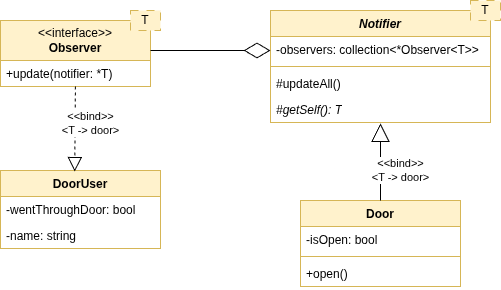
Before: 02-Observer/UML/uml.png, a diagram exported from draw.io (MrCabbageStick/Design-Patterns-Challange). Source tidied: cells renumbered, new cells last; positions are measured from the earlier drawing's top-left corner, leaving out a move shared by most shapes. Source of this version:
```xml
<mxGraphModel>
  <root>
    <mxCell id="0" />
    <mxCell id="1" parent="0" />
    <mxCell id="2" style="group;" parent="1" vertex="1">
      <mxGeometry x="270" width="230" height="122" as="geometry" />
    </mxCell>
    <mxCell id="3" value="&lt;i style=&quot;&quot;&gt;Notifier&lt;/i&gt;" style="swimlane;fontStyle=1;align=center;verticalAlign=top;horizontal=1;startSize=26;whiteSpace=wrap;html=1;fillColor=#fff2cc;strokeColor=#d6b656;" parent="2" vertex="1">
      <mxGeometry y="10" width="220" height="112" as="geometry" />
    </mxCell>
    <mxCell id="4" value="-observers: collection&amp;lt;*Observer&amp;lt;T&amp;gt;&amp;gt;" style="text;strokeColor=none;fillColor=none;align=left;verticalAlign=top;spacingLeft=4;spacingRight=4;overflow=hidden;whiteSpace=wrap;html=1;" parent="3" vertex="1">
      <mxGeometry y="26" width="220" height="26" as="geometry" />
    </mxCell>
    <mxCell id="5" style="line;strokeWidth=1;fillColor=none;align=left;verticalAlign=middle;spacingTop=-1;spacingLeft=3;spacingRight=3;labelPosition=right;strokeColor=inherit;" parent="3" vertex="1">
      <mxGeometry y="52" width="220" height="8" as="geometry" />
    </mxCell>
    <mxCell id="6" value="#updateAll()" style="text;strokeColor=none;fillColor=none;align=left;verticalAlign=top;spacingLeft=4;spacingRight=4;overflow=hidden;whiteSpace=wrap;html=1;" parent="3" vertex="1">
      <mxGeometry y="60" width="220" height="26" as="geometry" />
    </mxCell>
    <mxCell id="7" value="#getSelf(): T" style="text;strokeColor=none;fillColor=none;align=left;verticalAlign=top;spacingLeft=4;spacingRight=4;overflow=hidden;points=[[0,0.5],[1,0.5]];portConstraint=eastwest;whiteSpace=wrap;html=1;fontStyle=2;" parent="3" vertex="1">
      <mxGeometry y="86" width="220" height="26" as="geometry" />
    </mxCell>
    <mxCell id="8" value="T" style="rounded=0;whiteSpace=wrap;html=1;dashed=1;dashPattern=8 8;fillColor=#fff2cc;strokeColor=#d6b656;" parent="2" vertex="1">
      <mxGeometry x="200" width="30" height="20" as="geometry" />
    </mxCell>
    <mxCell id="9" style="group;" parent="1" vertex="1">
      <mxGeometry y="10" width="160" height="76" as="geometry" />
    </mxCell>
    <mxCell id="10" value="&amp;lt;&amp;lt;interface&amp;gt;&amp;gt;&lt;br&gt;&lt;b&gt;Observer&lt;/b&gt;" style="swimlane;fontStyle=0;horizontal=1;startSize=40;fillColor=#fff2cc;whiteSpace=wrap;html=1;strokeColor=#d6b656;" parent="9" vertex="1">
      <mxGeometry y="10" width="150" height="66" as="geometry" />
    </mxCell>
    <mxCell id="11" value="+update(notifier: *T)" style="text;strokeColor=none;fillColor=none;align=left;verticalAlign=top;spacingLeft=4;spacingRight=4;overflow=hidden;points=[[0,0.5],[1,0.5]];portConstraint=eastwest;whiteSpace=wrap;html=1;" parent="10" vertex="1">
      <mxGeometry y="40" width="150" height="26" as="geometry" />
    </mxCell>
    <mxCell id="12" value="T" style="rounded=0;whiteSpace=wrap;html=1;dashed=1;dashPattern=8 8;fillColor=#fff2cc;strokeColor=#d6b656;" parent="9" vertex="1">
      <mxGeometry x="130" width="30" height="20" as="geometry" />
    </mxCell>
    <mxCell id="13" style="endArrow=diamondThin;endFill=0;endSize=24;html=1;rounded=0;" parent="1" edge="1">
      <mxGeometry relative="1" as="geometry">
        <mxPoint x="150" y="50" as="sourcePoint" />
        <mxPoint x="270" y="50" as="targetPoint" />
      </mxGeometry>
    </mxCell>
    <mxCell id="14" value="Door" style="swimlane;fontStyle=1;align=center;verticalAlign=top;horizontal=1;startSize=26;whiteSpace=wrap;html=1;fillColor=#fff2cc;strokeColor=#d6b656;" parent="1" vertex="1">
      <mxGeometry x="300" y="200" width="160" height="86" as="geometry" />
    </mxCell>
    <mxCell id="15" value="-isOpen: bool" style="text;strokeColor=none;fillColor=none;align=left;verticalAlign=top;spacingLeft=4;spacingRight=4;overflow=hidden;whiteSpace=wrap;html=1;" parent="14" vertex="1">
      <mxGeometry y="26" width="160" height="26" as="geometry" />
    </mxCell>
    <mxCell id="16" style="line;strokeWidth=1;fillColor=none;align=left;verticalAlign=middle;spacingTop=-1;spacingLeft=3;spacingRight=3;labelPosition=right;strokeColor=inherit;" parent="14" vertex="1">
      <mxGeometry y="52" width="160" height="8" as="geometry" />
    </mxCell>
    <mxCell id="17" value="+open()" style="text;strokeColor=none;fillColor=none;align=left;verticalAlign=top;spacingLeft=4;spacingRight=4;overflow=hidden;whiteSpace=wrap;html=1;" parent="14" vertex="1">
      <mxGeometry y="60" width="160" height="26" as="geometry" />
    </mxCell>
    <mxCell id="18" value="&amp;lt;&amp;lt;bind&amp;gt;&amp;gt;&lt;br&gt;&amp;lt;T -&amp;gt; door&amp;gt;" style="endArrow=block;endSize=16;endFill=0;html=1;rounded=0;entryX=0.5;entryY=1.032;entryDx=0;entryDy=0;entryPerimeter=0;" parent="1" edge="1" source="14" target="7">
      <mxGeometry x="-0.22" y="-20" relative="1" as="geometry" />
    </mxCell>
    <mxCell id="19" value="DoorUser" style="swimlane;fontStyle=1;align=center;verticalAlign=top;horizontal=1;startSize=26;whiteSpace=wrap;html=1;fillColor=#fff2cc;strokeColor=#d6b656;" parent="1" vertex="1">
      <mxGeometry y="170" width="160" height="78" as="geometry" />
    </mxCell>
    <mxCell id="20" value="-wentThroughDoor: bool" style="text;strokeColor=none;fillColor=none;align=left;verticalAlign=top;spacingLeft=4;spacingRight=4;overflow=hidden;whiteSpace=wrap;html=1;" parent="19" vertex="1">
      <mxGeometry y="26" width="160" height="26" as="geometry" />
    </mxCell>
    <mxCell id="21" value="-name: string" style="text;strokeColor=none;fillColor=none;align=left;verticalAlign=top;spacingLeft=4;spacingRight=4;overflow=hidden;whiteSpace=wrap;html=1;" parent="19" vertex="1">
      <mxGeometry y="52" width="160" height="26" as="geometry" />
    </mxCell>
    <mxCell id="22" style="endArrow=block;dashed=1;endFill=0;endSize=12;html=1;rounded=0;entryX=0.464;entryY=0.014;entryDx=0;entryDy=0;entryPerimeter=0;" parent="1" edge="1" source="11" target="19">
      <mxGeometry relative="1" as="geometry" />
    </mxCell>
    <mxCell id="23" value="&amp;lt;&amp;lt;bind&amp;gt;&amp;gt;&lt;br&gt;&amp;lt;T -&amp;gt; door&amp;gt;" style="edgeLabel;html=1;align=center;verticalAlign=middle;" parent="22" vertex="1">
      <mxGeometry x="-0.21" relative="1" as="geometry">
        <mxPoint x="15" y="3" as="offset" />
      </mxGeometry>
    </mxCell>
  </root>
</mxGraphModel>
```
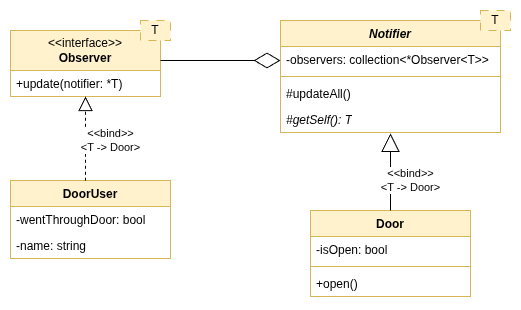
After the commit.

Commit message:
Fixed wrong arrow direction and changed door to Door in bind stereotype

Change to the diagram source:
```diff
@@ -53,7 +53,7 @@
     <mxCell id="17" value="+open()" style="text;strokeColor=none;fillColor=none;align=left;verticalAlign=top;spacingLeft=4;spacingRight=4;overflow=hidden;whiteSpace=wrap;html=1;" parent="14" vertex="1">
       <mxGeometry y="60" width="160" height="26" as="geometry" />
     </mxCell>
-    <mxCell id="18" value="&amp;lt;&amp;lt;bind&amp;gt;&amp;gt;&lt;br&gt;&amp;lt;T -&amp;gt; door&amp;gt;" style="endArrow=block;endSize=16;endFill=0;html=1;rounded=0;entryX=0.5;entryY=1.032;entryDx=0;entryDy=0;entryPerimeter=0;" parent="1" edge="1" source="14" target="7">
+    <mxCell id="18" value="&amp;lt;&amp;lt;bind&amp;gt;&amp;gt;&lt;br&gt;&amp;lt;T -&amp;gt; Door&amp;gt;" style="endArrow=block;endSize=16;endFill=0;html=1;rounded=0;entryX=0.5;entryY=1.032;entryDx=0;entryDy=0;entryPerimeter=0;" parent="1" edge="1" source="14" target="7">
       <mxGeometry x="-0.22" y="-20" relative="1" as="geometry" />
     </mxCell>
     <mxCell id="19" value="DoorUser" style="swimlane;fontStyle=1;align=center;verticalAlign=top;horizontal=1;startSize=26;whiteSpace=wrap;html=1;fillColor=#fff2cc;strokeColor=#d6b656;" parent="1" vertex="1">
@@ -65,13 +65,13 @@
     <mxCell id="21" value="-name: string" style="text;strokeColor=none;fillColor=none;align=left;verticalAlign=top;spacingLeft=4;spacingRight=4;overflow=hidden;whiteSpace=wrap;html=1;" parent="19" vertex="1">
       <mxGeometry y="52" width="160" height="26" as="geometry" />
     </mxCell>
-    <mxCell id="22" style="endArrow=block;dashed=1;endFill=0;endSize=12;html=1;rounded=0;entryX=0.464;entryY=0.014;entryDx=0;entryDy=0;entryPerimeter=0;" parent="1" edge="1" source="11" target="19">
-      <mxGeometry relative="1" as="geometry" />
-    </mxCell>
-    <mxCell id="23" value="&amp;lt;&amp;lt;bind&amp;gt;&amp;gt;&lt;br&gt;&amp;lt;T -&amp;gt; door&amp;gt;" style="edgeLabel;html=1;align=center;verticalAlign=middle;" parent="22" vertex="1">
-      <mxGeometry x="-0.21" relative="1" as="geometry">
-        <mxPoint x="15" y="3" as="offset" />
-      </mxGeometry>
-    </mxCell>
+    <mxCell id="24" style="endArrow=block;dashed=1;endFill=0;endSize=12;html=1;rounded=0;exitX=0.469;exitY=0.004;exitDx=0;exitDy=0;exitPerimeter=0;" parent="1" edge="1" source="19" target="11">
+      <mxGeometry relative="1" as="geometry" />
+    </mxCell>
+    <mxCell id="25" value="&amp;lt;&amp;lt;bind&amp;gt;&amp;gt;&lt;br&gt;&amp;lt;T -&amp;gt; Door&amp;gt;" style="edgeLabel;html=1;align=center;verticalAlign=middle;" parent="24" vertex="1">
+      <mxGeometry x="0.06" y="-1" relative="1" as="geometry">
+        <mxPoint x="24" y="4" as="offset" />
+      </mxGeometry>
+    </mxCell>
   </root>
 </mxGraphModel>
```
